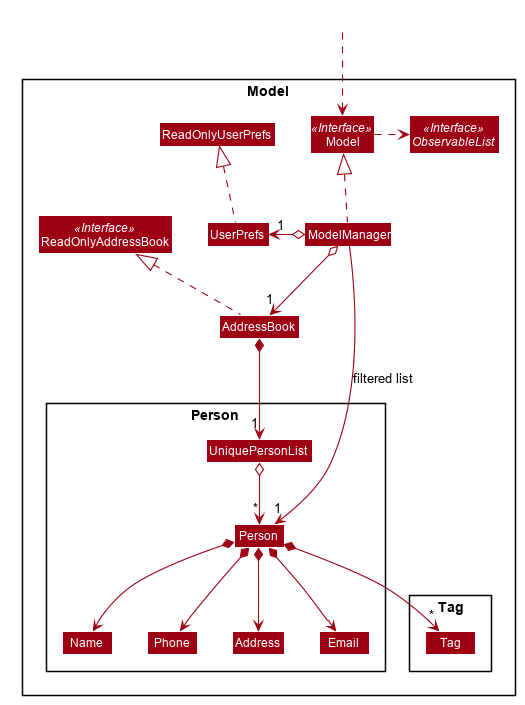
Earlier version of the PlantUML export images/ModelClassDiagram.png (AY1920S1-CS2103T-F11-1/main).
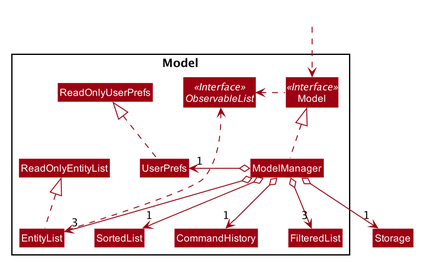
Later version of the same file.

Change to the diagram source:
```diff
@@ -1,4 +1,8 @@
 @startuml
+
+
+
+
 
 
 
@@ -52,52 +56,32 @@
 skinparam classBackgroundColor #9D0012
 
 Package Model <<Rectangle>>{
-Interface ReadOnlyAddressBook <<Interface>>
 Interface Model <<Interface>>
 Interface ObservableList <<Interface>>
-Class AddressBook
-Class ReadOnlyAddressBook
+Class ReadOnlyEntityList
 Class Model
 Class ModelManager
 Class UserPrefs
 Class ReadOnlyUserPrefs
-
-Package Person {
-Class Person
-Class Address
-Class Email
-Class Name
-Class Phone
-Class UniquePersonList
-}
-
-Package Tag {
-Class Tag
-}
+Class EntityList
+Class FilteredList
+Class SortedList
+Class CommandHistory
 }
 
 Class HiddenOutside #FFFFFF
 HiddenOutside ..> Model
 
-AddressBook .up.|> ReadOnlyAddressBook
+EntityList .up.|> ReadOnlyEntityList
 
 ModelManager .up.|> Model
-Model .right.> ObservableList
-ModelManager o--> "1" AddressBook
+Model .left.> ObservableList
+ModelManager o--> "3" EntityList
 ModelManager o-left-> "1" UserPrefs
 UserPrefs .up.|> ReadOnlyUserPrefs
-
-AddressBook *--> "1" UniquePersonList
-UniquePersonList o--> "*" Person
-Person *--> Name
-Person *--> Phone
-Person *--> Email
-Person *--> Address
-Person *--> "*" Tag
-
-Name -[hidden]right-> Phone
-Phone -[hidden]right-> Address
-Address -[hidden]right-> Email
-
-ModelManager -->"1" Person : filtered list
+ModelManager o--> "1" Storage
+ModelManager o--> "3" FilteredList
+ModelManager o--> "1" SortedList
+ModelManager o--> "1" CommandHistory
+EntityList .up.> ObservableList
 @enduml
```
